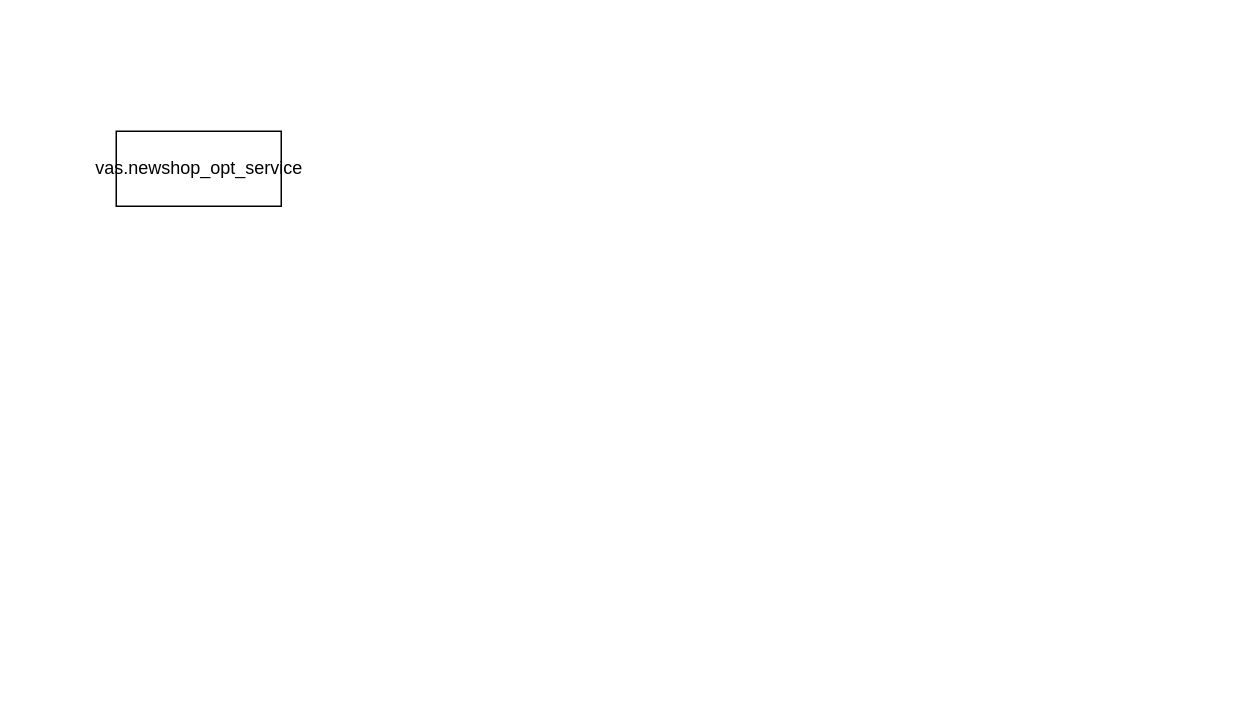
Earlier version of the draw.io diagram page "冲单满减加码流程" (2 of 3) of 商户任务.drawio (jon-kong/draw.io). Source tidied: cells renumbered, new cells numbered last; positions are measured from the earlier drawing's top-left corner, leaving out a move shared by most shapes. Both pictures are drawn from the tidied source at 150%, with x=0, y=0 at pixel (116, 130).
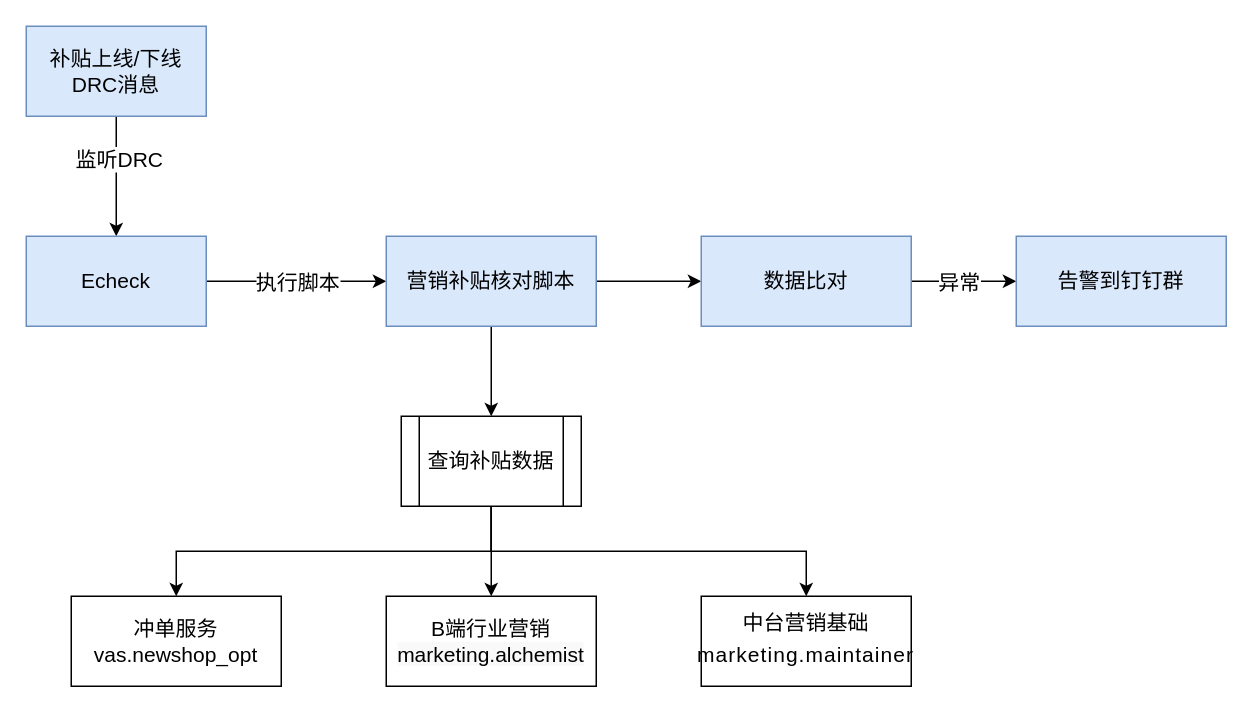
The same diagram, later.

Change to the diagram source:
```diff
@@
-    <mxCell id="2" value="vas.newshop_opt_service" style="html=1;" parent="1" vertex="1">
-      <mxGeometry width="110" height="50" as="geometry" />
-    </mxCell>
+    <mxCell id="3" style="edgeStyle=orthogonalEdgeStyle;rounded=0;jettySize=auto;html=1;fontSize=16;" parent="1" edge="1" source="5" target="8">
+      <mxGeometry relative="1" as="geometry" />
+    </mxCell>
+    <mxCell id="4" value="监听DRC" style="edgeLabel;html=1;align=center;verticalAlign=middle;fontSize=14;" parent="3" vertex="1">
+      <mxGeometry x="-0.3" y="1" relative="1" as="geometry" />
+    </mxCell>
+    <mxCell id="5" value="补贴上线/下线DRC消息" style="rounded=0;whiteSpace=wrap;html=1;fontSize=14;fillColor=#dae8fc;strokeColor=#6c8ebf;" parent="1" vertex="1">
+      <mxGeometry x="-60" y="-70" width="120" height="60" as="geometry" />
+    </mxCell>
+    <mxCell id="6" style="edgeStyle=orthogonalEdgeStyle;rounded=0;jettySize=auto;html=1;fontSize=16;" parent="1" edge="1" source="8" target="11">
+      <mxGeometry relative="1" as="geometry" />
+    </mxCell>
+    <mxCell id="7" value="执行脚本" style="edgeLabel;html=1;align=center;verticalAlign=middle;fontSize=14;" parent="6" vertex="1">
+      <mxGeometry x="-0.18" y="-3" relative="1" as="geometry">
+        <mxPoint x="11" y="-3" as="offset" />
+      </mxGeometry>
+    </mxCell>
+    <mxCell id="8" value="Echeck" style="rounded=0;whiteSpace=wrap;html=1;fontSize=14;fillColor=#dae8fc;strokeColor=#6c8ebf;" parent="1" vertex="1">
+      <mxGeometry x="-60" y="70" width="120" height="60" as="geometry" />
+    </mxCell>
+    <mxCell id="9" style="edgeStyle=orthogonalEdgeStyle;rounded=0;jettySize=auto;html=1;exitX=0.5;exitY=1;exitDx=0;exitDy=0;fontSize=14;" parent="1" edge="1" source="11" target="19">
+      <mxGeometry relative="1" as="geometry" />
+    </mxCell>
+    <mxCell id="10" style="edgeStyle=orthogonalEdgeStyle;rounded=0;jettySize=auto;html=1;fontSize=14;" parent="1" edge="1" source="11" target="14">
+      <mxGeometry relative="1" as="geometry" />
+    </mxCell>
+    <mxCell id="11" value="营销补贴核对脚本" style="rounded=0;whiteSpace=wrap;html=1;fontSize=14;fillColor=#dae8fc;strokeColor=#6c8ebf;" parent="1" vertex="1">
+      <mxGeometry x="180" y="70" width="140" height="60" as="geometry" />
+    </mxCell>
+    <mxCell id="12" style="edgeStyle=orthogonalEdgeStyle;rounded=0;jettySize=auto;html=1;fontSize=14;" parent="1" edge="1" source="14" target="15">
+      <mxGeometry relative="1" as="geometry" />
+    </mxCell>
+    <mxCell id="13" value="异常" style="edgeLabel;html=1;align=center;verticalAlign=middle;fontSize=14;" parent="12" vertex="1">
+      <mxGeometry x="-0.11" relative="1" as="geometry" />
+    </mxCell>
+    <mxCell id="14" value="数据比对" style="rounded=0;whiteSpace=wrap;html=1;fontSize=14;fillColor=#dae8fc;strokeColor=#6c8ebf;" parent="1" vertex="1">
+      <mxGeometry x="390" y="70" width="140" height="60" as="geometry" />
+    </mxCell>
+    <mxCell id="15" value="告警到钉钉群" style="rounded=0;whiteSpace=wrap;html=1;fontSize=14;fillColor=#dae8fc;strokeColor=#6c8ebf;" parent="1" vertex="1">
+      <mxGeometry x="600" y="70" width="140" height="60" as="geometry" />
+    </mxCell>
+    <mxCell id="16" style="edgeStyle=orthogonalEdgeStyle;rounded=0;jettySize=auto;html=1;exitX=0.5;exitY=1;exitDx=0;exitDy=0;fontSize=14;" parent="1" edge="1" source="19" target="20">
+      <mxGeometry relative="1" as="geometry" />
+    </mxCell>
+    <mxCell id="17" style="edgeStyle=orthogonalEdgeStyle;rounded=0;jettySize=auto;html=1;exitX=0.5;exitY=1;exitDx=0;exitDy=0;entryX=0.5;entryY=0;entryDx=0;entryDy=0;fontSize=14;" parent="1" edge="1" source="19" target="21">
+      <mxGeometry relative="1" as="geometry" />
+    </mxCell>
+    <mxCell id="18" style="edgeStyle=orthogonalEdgeStyle;rounded=0;jettySize=auto;html=1;exitX=0.5;exitY=1;exitDx=0;exitDy=0;entryX=0.5;entryY=0;entryDx=0;entryDy=0;fontSize=14;" parent="1" edge="1" source="19" target="22">
+      <mxGeometry relative="1" as="geometry" />
+    </mxCell>
+    <mxCell id="19" value="查询补贴数据" style="shape=process;whiteSpace=wrap;html=1;backgroundOutline=1;fontSize=14;" parent="1" vertex="1">
+      <mxGeometry x="190" y="190" width="120" height="60" as="geometry" />
+    </mxCell>
+    <mxCell id="20" value="冲单服务&lt;br&gt;vas.newshop_opt" style="rounded=0;whiteSpace=wrap;html=1;fontSize=14;" parent="1" vertex="1">
+      <mxGeometry x="-30" y="310" width="140" height="60" as="geometry" />
+    </mxCell>
+    <mxCell id="21" value="B端行业营销&lt;span style=&quot;background-color: rgb(249 , 249 , 249) ; font-family: &amp;#34;fira code retina&amp;#34; ; font-size: 10.5pt&quot;&gt;marketing.alchemist&lt;/span&gt;" style="rounded=0;whiteSpace=wrap;html=1;fontSize=14;" parent="1" vertex="1">
+      <mxGeometry x="180" y="310" width="140" height="60" as="geometry" />
+    </mxCell>
+    <mxCell id="22" value="中台营销基础&lt;a target=&quot;_blank&quot;&gt;&lt;span style=&quot;line-height: 1.74 ; letter-spacing: 0.05em ; outline-style: none ; overflow-wrap: break-word&quot;&gt;marketing.maintainer&lt;/span&gt;&lt;/a&gt;" style="rounded=0;whiteSpace=wrap;html=1;fontSize=14;" parent="1" vertex="1">
+      <mxGeometry x="390" y="310" width="140" height="60" as="geometry" />
+    </mxCell>
```
